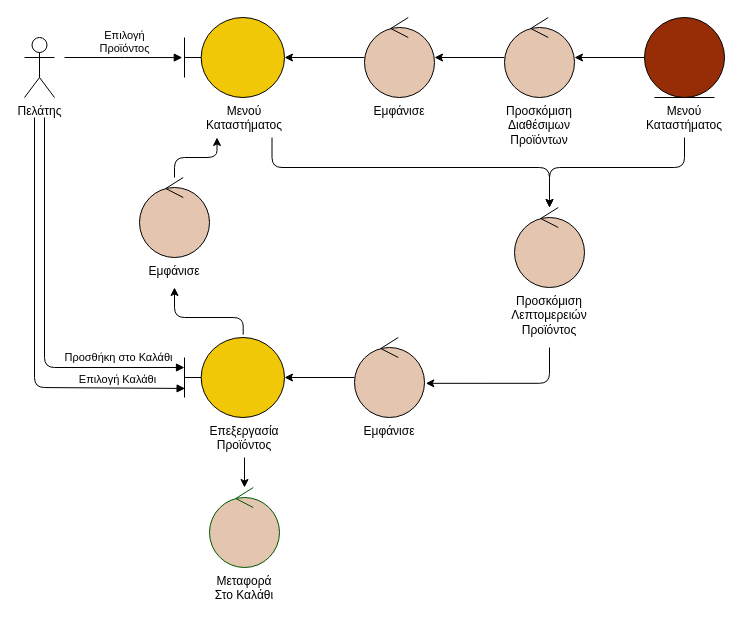
iloudaros/nomnomr keeps this draw.io diagram as docs/contributions/itsikelis/Phase 3/Robustness Diagrams v0.1/customer-order.drawio. Above is the earlier version. Source tidied: cells renumbered, new cells numbered last; positions are measured from the earlier drawing's top-left corner, leaving out a move shared by most shapes. Both pictures are drawn from the tidied source at 100%, with x=0, y=0 at pixel (24, 17).
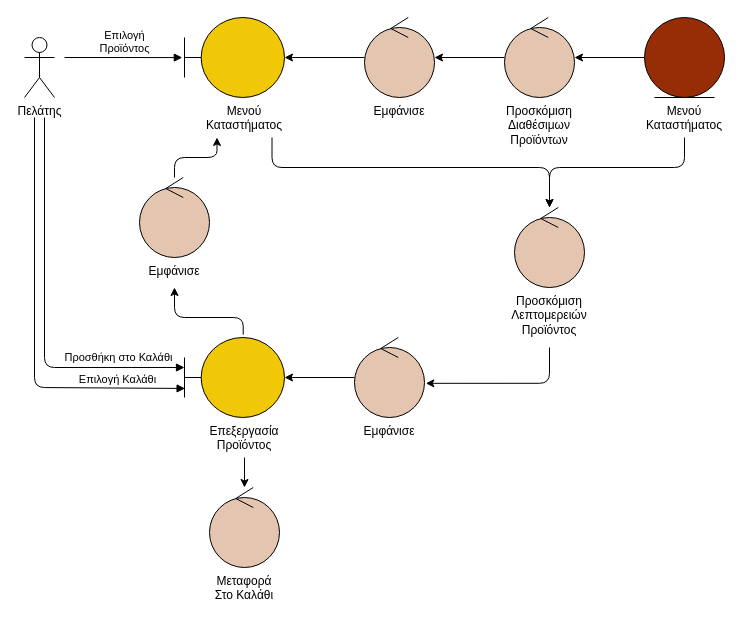
The same diagram, later.

Change to the diagram source:
```diff
@@
-    <mxCell id="23" style="ellipse;shape=umlControl;whiteSpace=wrap;html=1;fillColor=#E4C5AF;fontColor=#ffffff;strokeColor=#005700;" parent="1" vertex="1">
+    <mxCell id="23" style="ellipse;shape=umlControl;whiteSpace=wrap;html=1;fillColor=#E4C5AF;fontColor=#ffffff;strokeColor=#000000;" parent="1" vertex="1">
       <mxGeometry x="185" y="470" width="70" height="80" as="geometry" />
     </mxCell>
```
